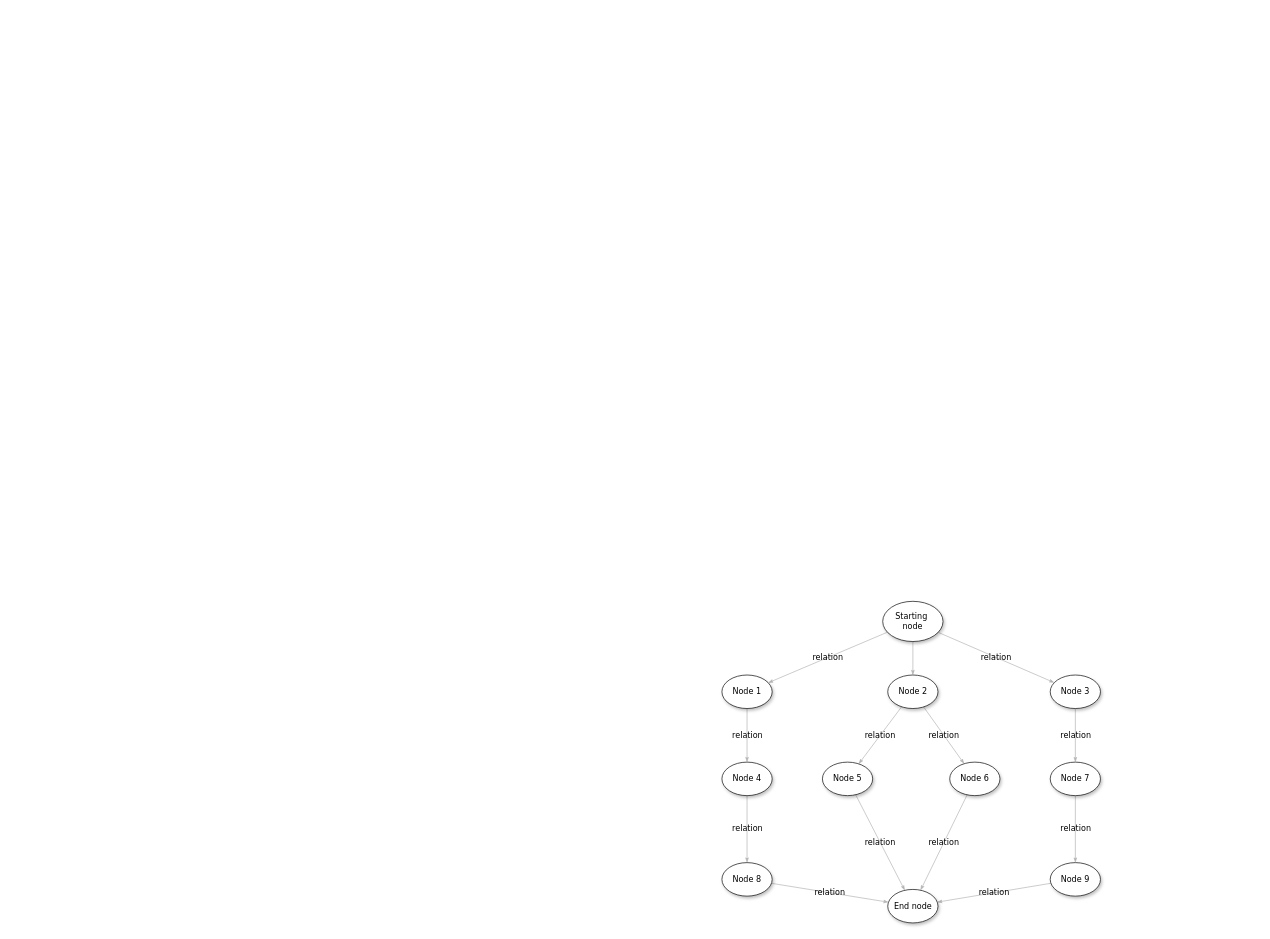
Before: Untitled Diagram.drawio in kcykeke/xiangmu, a draw.io diagram. Source tidied: cells renumbered, new cells numbered last; positions are measured from the earlier drawing's top-left corner, leaving out a move shared by most shapes. Both pictures are drawn from the tidied source at 67%, with x=0, y=0 at pixel (722, 601).
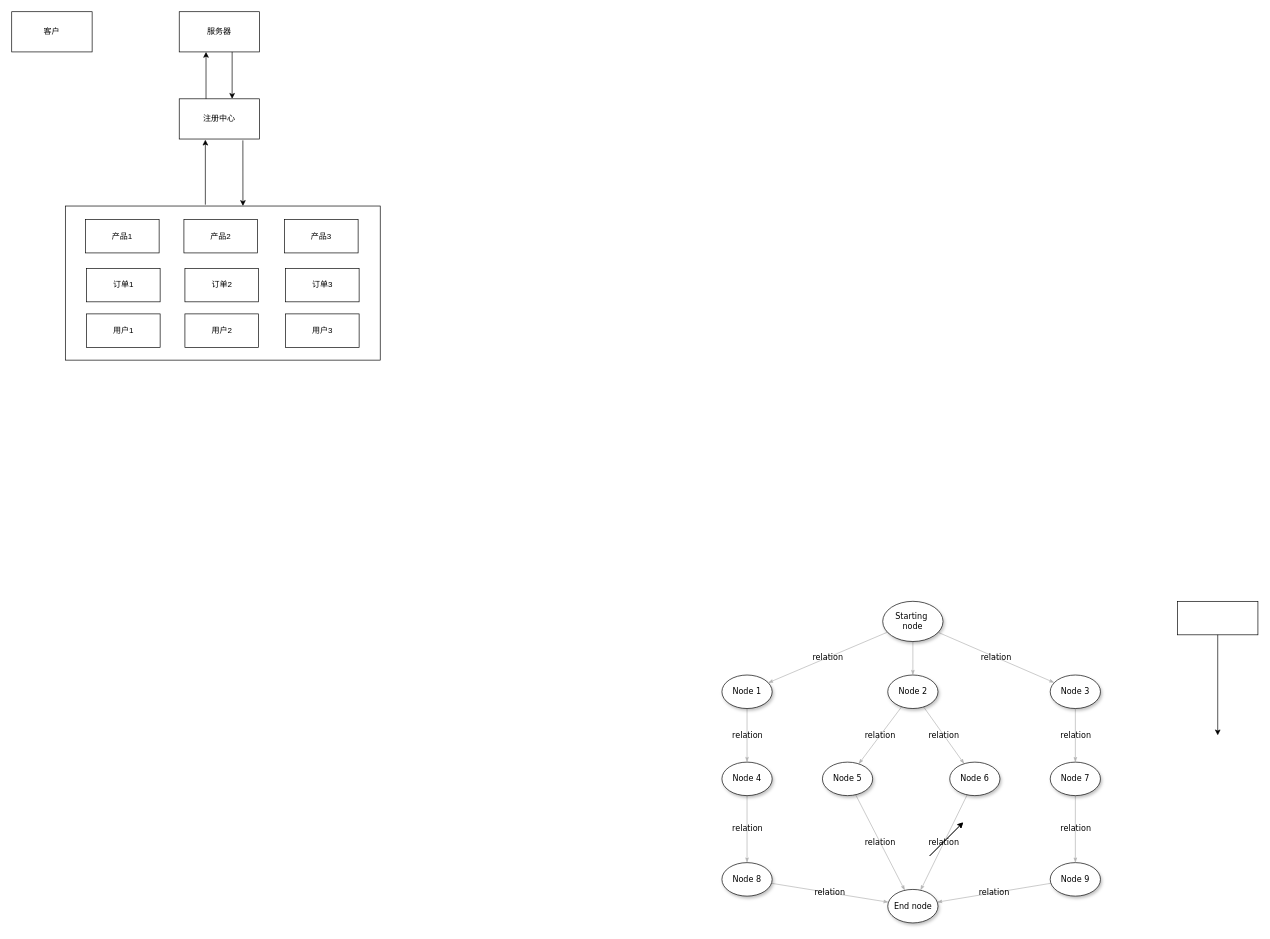
Above is the later version.

The edit, as a diff of the source:
```diff
@@
+    <mxCell id="26" style="rounded=0;whiteSpace=wrap;html=1;" parent="1" vertex="1">
+      <mxGeometry x="680" width="120" height="50" as="geometry" />
+    </mxCell>
+    <mxCell id="27" style="endArrow=classic;html=1;" parent="1" edge="1">
+      <mxGeometry relative="1" as="geometry">
+        <mxPoint x="310" y="380" as="sourcePoint" />
+        <mxPoint x="360" y="330" as="targetPoint" />
+      </mxGeometry>
+    </mxCell>
+    <mxCell id="28" style="endArrow=classic;html=1;" parent="1" edge="1">
+      <mxGeometry relative="1" as="geometry">
+        <mxPoint x="310" y="380" as="sourcePoint" />
+        <mxPoint x="360" y="330" as="targetPoint" />
+      </mxGeometry>
+    </mxCell>
+    <mxCell id="29" style="endArrow=classic;html=1;exitX=0.5;exitY=1;exitDx=0;exitDy=0;" parent="1" edge="1" source="26">
+      <mxGeometry relative="1" as="geometry">
+        <mxPoint x="740" y="200" as="targetPoint" />
+      </mxGeometry>
+    </mxCell>
+    <mxCell id="30" value="服务器" style="rounded=0;whiteSpace=wrap;html=1;" parent="1" vertex="1">
+      <mxGeometry x="-810" y="-880" width="120" height="60" as="geometry" />
+    </mxCell>
+    <mxCell id="31" style="endArrow=classic;html=1;entryX=0.658;entryY=0;entryDx=0;entryDy=0;entryPerimeter=0;" parent="1" edge="1" target="32">
+      <mxGeometry relative="1" as="geometry">
+        <mxPoint x="-731" y="-820" as="sourcePoint" />
+      </mxGeometry>
+    </mxCell>
+    <mxCell id="32" value="注册中心" style="rounded=0;whiteSpace=wrap;html=1;" parent="1" vertex="1">
+      <mxGeometry x="-810" y="-750" width="120" height="60" as="geometry" />
+    </mxCell>
+    <mxCell id="33" style="endArrow=classic;html=1;" parent="1" edge="1">
+      <mxGeometry relative="1" as="geometry">
+        <mxPoint x="-770" y="-750" as="sourcePoint" />
+        <mxPoint x="-770" y="-820" as="targetPoint" />
+      </mxGeometry>
+    </mxCell>
+    <mxCell id="34" style="rounded=0;whiteSpace=wrap;html=1;" parent="1" vertex="1">
+      <mxGeometry x="-980" y="-590" width="470" height="230" as="geometry" />
+    </mxCell>
+    <mxCell id="35" value="产品1" style="rounded=0;whiteSpace=wrap;html=1;" parent="1" vertex="1">
+      <mxGeometry x="-950" y="-570" width="110" height="50" as="geometry" />
+    </mxCell>
+    <mxCell id="36" value="产品2" style="rounded=0;whiteSpace=wrap;html=1;" parent="1" vertex="1">
+      <mxGeometry x="-803" y="-570" width="110" height="50" as="geometry" />
+    </mxCell>
+    <mxCell id="37" value="产品3" style="rounded=0;whiteSpace=wrap;html=1;" parent="1" vertex="1">
+      <mxGeometry x="-653" y="-570" width="110" height="50" as="geometry" />
+    </mxCell>
+    <mxCell id="38" value="订单1" style="rounded=0;whiteSpace=wrap;html=1;" parent="1" vertex="1">
+      <mxGeometry x="-948.5" y="-497" width="110" height="50" as="geometry" />
+    </mxCell>
+    <mxCell id="39" value="订单2" style="rounded=0;whiteSpace=wrap;html=1;" parent="1" vertex="1">
+      <mxGeometry x="-801.5" y="-497" width="110" height="50" as="geometry" />
+    </mxCell>
+    <mxCell id="40" value="订单3" style="rounded=0;whiteSpace=wrap;html=1;" parent="1" vertex="1">
+      <mxGeometry x="-651.5" y="-497" width="110" height="50" as="geometry" />
+    </mxCell>
+    <mxCell id="41" value="用户1" style="rounded=0;whiteSpace=wrap;html=1;" parent="1" vertex="1">
+      <mxGeometry x="-948.5" y="-429" width="110" height="50" as="geometry" />
+    </mxCell>
+    <mxCell id="42" value="用户2" style="rounded=0;whiteSpace=wrap;html=1;" parent="1" vertex="1">
+      <mxGeometry x="-801.5" y="-429" width="110" height="50" as="geometry" />
+    </mxCell>
+    <mxCell id="43" value="用户3" style="rounded=0;whiteSpace=wrap;html=1;" parent="1" vertex="1">
+      <mxGeometry x="-651.5" y="-429" width="110" height="50" as="geometry" />
+    </mxCell>
+    <mxCell id="44" style="endArrow=classic;html=1;" parent="1" edge="1">
+      <mxGeometry relative="1" as="geometry">
+        <mxPoint x="-771" y="-592" as="sourcePoint" />
+        <mxPoint x="-771" y="-689" as="targetPoint" />
+      </mxGeometry>
+    </mxCell>
+    <mxCell id="45" style="endArrow=classic;html=1;entryX=0.564;entryY=-0.009;entryDx=0;entryDy=0;entryPerimeter=0;exitX=0.792;exitY=1;exitDx=0;exitDy=0;exitPerimeter=0;" parent="1" edge="1">
+      <mxGeometry relative="1" as="geometry">
+        <mxPoint x="-715" y="-688" as="sourcePoint" />
+        <mxPoint x="-714.9" y="-590.1" as="targetPoint" />
+      </mxGeometry>
+    </mxCell>
+    <mxCell id="46" value="客户" style="rounded=0;whiteSpace=wrap;html=1;" parent="1" vertex="1">
+      <mxGeometry x="-1060" y="-880" width="120" height="60" as="geometry" />
+    </mxCell>
```
